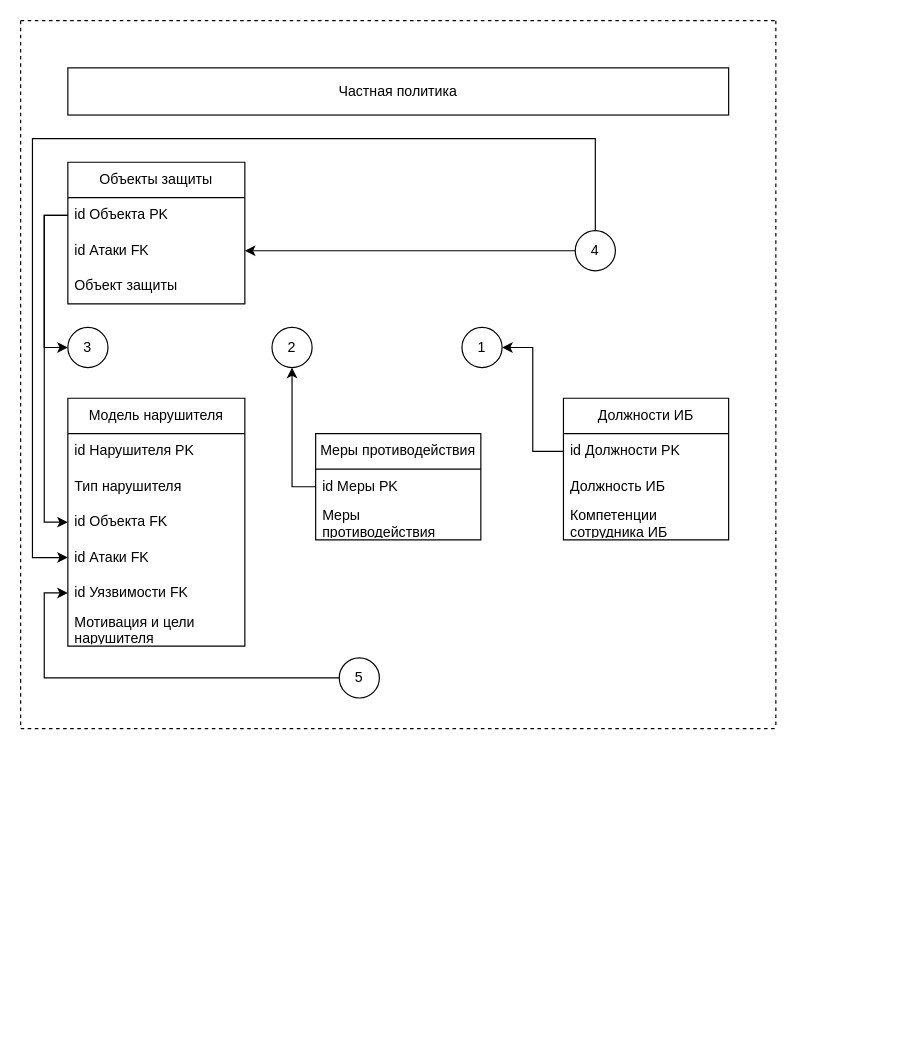
Above: Частная политика.drawio in SmirnovBogdan8/Diplom (draw.io), before the change. Source tidied: cells renumbered, new cells numbered last; positions are measured from the earlier drawing's top-left corner, leaving out a move shared by most shapes. Both pictures are drawn from the tidied source at 118%, with x=0, y=0 at pixel (20, 20).
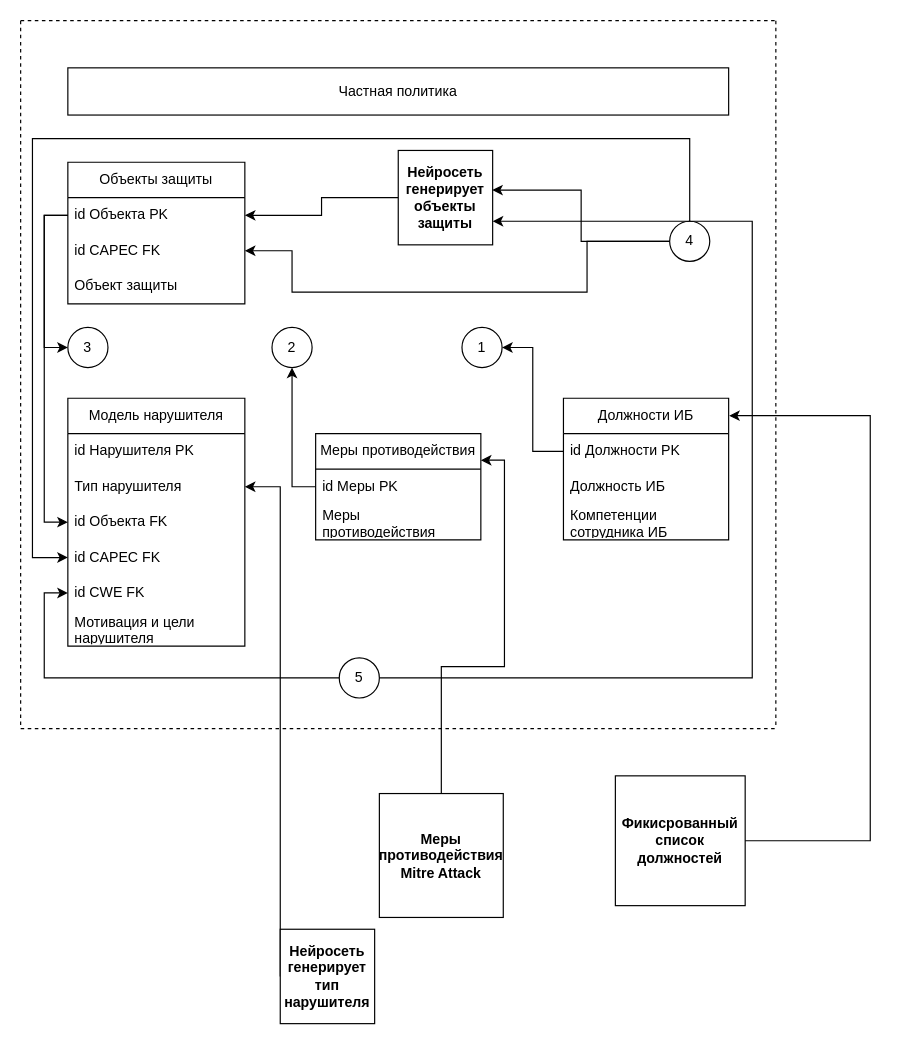
Above is the later version.

The change refers to these unchanged cells:
```xml
<mxCell id="2" value="Объекты защиты" style="swimlane;fontStyle=0;horizontal=1;startSize=30;whiteSpace=wrap;html=1;" parent="1" vertex="1">
  <mxGeometry x="40" y="120" width="150" height="120" as="geometry" />
</mxCell>
<mxCell id="3" value="id Объекта PK" style="text;strokeColor=none;fillColor=none;align=left;verticalAlign=middle;spacingLeft=4;spacingRight=4;overflow=hidden;points=[[0,0.5],[1,0.5]];portConstraint=eastwest;whiteSpace=wrap;html=1;" parent="2" vertex="1">
  <mxGeometry y="30" width="150" height="30" as="geometry" />
</mxCell>
<mxCell id="6" value="Модель нарушителя" style="swimlane;fontStyle=0;horizontal=1;startSize=30;whiteSpace=wrap;html=1;" parent="1" vertex="1">
  <mxGeometry x="40" y="320" width="150" height="210" as="geometry" />
</mxCell>
<mxCell id="8" value="Тип нарушителя" style="text;strokeColor=none;fillColor=none;align=left;verticalAlign=middle;spacingLeft=4;spacingRight=4;overflow=hidden;points=[[0,0.5],[1,0.5]];portConstraint=eastwest;whiteSpace=wrap;html=1;" parent="6" vertex="1">
  <mxGeometry y="60" width="150" height="30" as="geometry" />
</mxCell>
<mxCell id="13" value="Меры противодействия" style="swimlane;fontStyle=0;horizontal=1;startSize=30;whiteSpace=wrap;html=1;" parent="1" vertex="1">
  <mxGeometry x="250" y="350" width="140" height="90" as="geometry" />
</mxCell>
<mxCell id="20" value="Должности ИБ" style="swimlane;fontStyle=0;horizontal=1;startSize=30;whiteSpace=wrap;html=1;" parent="1" vertex="1">
  <mxGeometry x="460" y="320" width="140" height="120" as="geometry" />
</mxCell>
<mxCell id="36" value="5" style="ellipse;whiteSpace=wrap;html=1;" parent="1" vertex="1">
  <mxGeometry x="270" y="540" width="34" height="34" as="geometry" />
</mxCell>
```

What changed in the source:
```diff
@@
-    <mxCell id="4" value="id Атаки FK" style="text;strokeColor=none;fillColor=none;align=left;verticalAlign=middle;spacingLeft=4;spacingRight=4;overflow=hidden;points=[[0,0.5],[1,0.5]];portConstraint=eastwest;whiteSpace=wrap;html=1;" parent="2" vertex="1">
+    <mxCell id="4" value="id CAPEC FK" style="text;strokeColor=none;fillColor=none;align=left;verticalAlign=middle;spacingLeft=4;spacingRight=4;overflow=hidden;points=[[0,0.5],[1,0.5]];portConstraint=eastwest;whiteSpace=wrap;html=1;" parent="2" vertex="1">
       <mxGeometry y="60" width="150" height="30" as="geometry" />
     </mxCell>
@@
-    <mxCell id="10" value="id Атаки FK" style="text;strokeColor=none;fillColor=none;align=left;verticalAlign=middle;spacingLeft=4;spacingRight=4;overflow=hidden;points=[[0,0.5],[1,0.5]];portConstraint=eastwest;whiteSpace=wrap;html=1;" parent="6" vertex="1">
+    <mxCell id="10" value="id CAPEC FK" style="text;strokeColor=none;fillColor=none;align=left;verticalAlign=middle;spacingLeft=4;spacingRight=4;overflow=hidden;points=[[0,0.5],[1,0.5]];portConstraint=eastwest;whiteSpace=wrap;html=1;" parent="6" vertex="1">
       <mxGeometry y="120" width="150" height="30" as="geometry" />
     </mxCell>
-    <mxCell id="11" value="id Уязвимости FK" style="text;strokeColor=none;fillColor=none;align=left;verticalAlign=middle;spacingLeft=4;spacingRight=4;overflow=hidden;points=[[0,0.5],[1,0.5]];portConstraint=eastwest;whiteSpace=wrap;html=1;" parent="6" vertex="1">
+    <mxCell id="11" value="id CWE FK" style="text;strokeColor=none;fillColor=none;align=left;verticalAlign=middle;spacingLeft=4;spacingRight=4;overflow=hidden;points=[[0,0.5],[1,0.5]];portConstraint=eastwest;whiteSpace=wrap;html=1;" parent="6" vertex="1">
       <mxGeometry y="150" width="150" height="30" as="geometry" />
     </mxCell>
@@
+    <mxCell id="33" style="edgeStyle=orthogonalEdgeStyle;rounded=0;jettySize=auto;html=1;entryX=0;entryY=0.5;entryDx=0;entryDy=0;" parent="1" edge="1" source="34" target="10">
+      <mxGeometry relative="1" as="geometry">
+        <Array as="points">
+          <mxPoint x="567" y="100" />
+          <mxPoint x="10" y="100" />
+          <mxPoint x="10" y="455" />
+        </Array>
+      </mxGeometry>
+    </mxCell>
     <mxCell id="32" style="edgeStyle=orthogonalEdgeStyle;rounded=0;jettySize=auto;html=1;exitX=0;exitY=0.5;exitDx=0;exitDy=0;entryX=1;entryY=0.5;entryDx=0;entryDy=0;" parent="1" edge="1" source="34" target="4">
-      <mxGeometry relative="1" as="geometry" />
+      <mxGeometry relative="1" as="geometry">
+        <Array as="points">
+          <mxPoint x="480" y="187" />
+          <mxPoint x="480" y="230" />
+          <mxPoint x="230" y="230" />
+          <mxPoint x="230" y="195" />
+        </Array>
+      </mxGeometry>
     </mxCell>
-    <mxCell id="33" style="edgeStyle=orthogonalEdgeStyle;rounded=0;jettySize=auto;html=1;entryX=0;entryY=0.5;entryDx=0;entryDy=0;" parent="1" edge="1" source="34" target="10">
-      <mxGeometry relative="1" as="geometry">
-        <Array as="points">
-          <mxPoint x="487" y="100" />
-          <mxPoint x="10" y="100" />
-          <mxPoint x="10" y="455" />
-        </Array>
-      </mxGeometry>
-    </mxCell>
     <mxCell id="34" value="4" style="ellipse;whiteSpace=wrap;html=1;" parent="1" vertex="1">
-      <mxGeometry x="470" y="178" width="34" height="34" as="geometry" />
+      <mxGeometry x="550" y="170" width="34" height="34" as="geometry" />
     </mxCell>
@@
+    <mxCell id="37" style="edgeStyle=orthogonalEdgeStyle;rounded=0;jettySize=auto;html=1;exitX=1;exitY=0.5;exitDx=0;exitDy=0;entryX=1;entryY=0.75;entryDx=0;entryDy=0;" parent="1" edge="1" source="36" target="39">
+      <mxGeometry relative="1" as="geometry">
+        <Array as="points">
+          <mxPoint x="620" y="557" />
+          <mxPoint x="620" y="170" />
+        </Array>
+      </mxGeometry>
+    </mxCell>
@@
+    <mxCell id="38" style="edgeStyle=orthogonalEdgeStyle;rounded=0;jettySize=auto;html=1;entryX=1;entryY=0.5;entryDx=0;entryDy=0;" parent="1" edge="1" source="39" target="3">
+      <mxGeometry relative="1" as="geometry" />
+    </mxCell>
+    <mxCell id="39" value="&lt;b&gt;Нейросеть генерирует объекты защиты&lt;/b&gt;" style="whiteSpace=wrap;html=1;" parent="1" vertex="1">
+      <mxGeometry x="320" y="110" width="80" height="80" as="geometry" />
+    </mxCell>
+    <mxCell id="40" style="edgeStyle=orthogonalEdgeStyle;rounded=0;jettySize=auto;html=1;exitX=0;exitY=0.5;exitDx=0;exitDy=0;entryX=0.995;entryY=0.42;entryDx=0;entryDy=0;entryPerimeter=0;" parent="1" edge="1" source="34" target="39">
+      <mxGeometry relative="1" as="geometry" />
+    </mxCell>
+    <mxCell id="41" style="edgeStyle=orthogonalEdgeStyle;rounded=0;jettySize=auto;html=1;exitX=0;exitY=0.5;exitDx=0;exitDy=0;entryX=1;entryY=0.5;entryDx=0;entryDy=0;" parent="1" edge="1" source="42" target="8">
+      <mxGeometry relative="1" as="geometry">
+        <Array as="points">
+          <mxPoint x="220" y="500" />
+          <mxPoint x="220" y="395" />
+        </Array>
+      </mxGeometry>
+    </mxCell>
+    <mxCell id="42" value="&lt;b&gt;Нейросеть генерирует тип нарушителя&lt;/b&gt;" style="whiteSpace=wrap;html=1;" parent="1" vertex="1">
+      <mxGeometry x="220" y="770" width="80" height="80" as="geometry" />
+    </mxCell>
+    <mxCell id="43" value="&lt;b&gt;Фикисрованный список должностей&lt;/b&gt;" style="whiteSpace=wrap;html=1;" parent="1" vertex="1">
+      <mxGeometry x="504" y="640" width="110" height="110" as="geometry" />
+    </mxCell>
+    <mxCell id="44" style="edgeStyle=orthogonalEdgeStyle;rounded=0;jettySize=auto;html=1;entryX=1.003;entryY=0.123;entryDx=0;entryDy=0;entryPerimeter=0;" parent="1" edge="1" source="43" target="20">
+      <mxGeometry relative="1" as="geometry">
+        <Array as="points">
+          <mxPoint x="720" y="695" />
+          <mxPoint x="720" y="335" />
+        </Array>
+      </mxGeometry>
+    </mxCell>
+    <mxCell id="45" style="edgeStyle=orthogonalEdgeStyle;rounded=0;jettySize=auto;html=1;entryX=1;entryY=0.25;entryDx=0;entryDy=0;" parent="1" edge="1" source="46" target="13">
+      <mxGeometry relative="1" as="geometry" />
+    </mxCell>
+    <mxCell id="46" value="&lt;b&gt;Меры противодействия Mitre Attack&lt;/b&gt;" style="whiteSpace=wrap;html=1;" parent="1" vertex="1">
+      <mxGeometry x="304" y="655" width="105" height="105" as="geometry" />
+    </mxCell>
```
